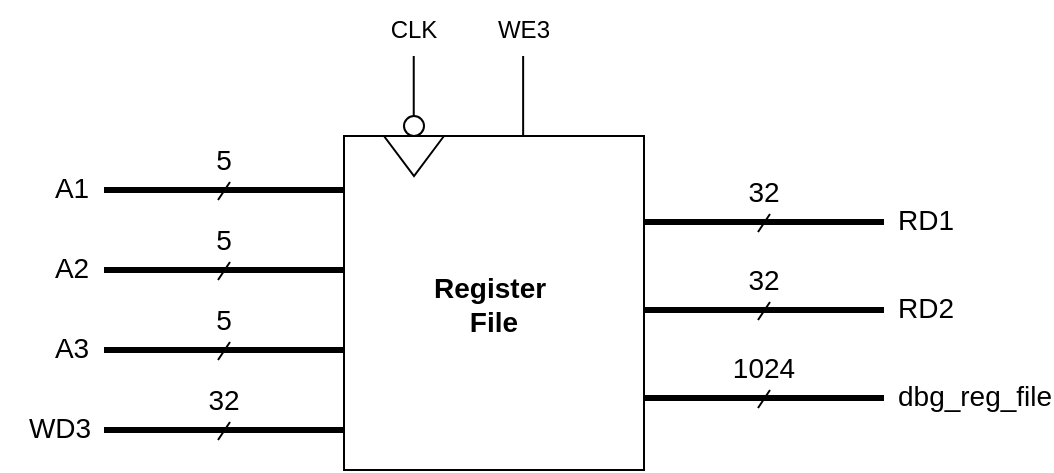
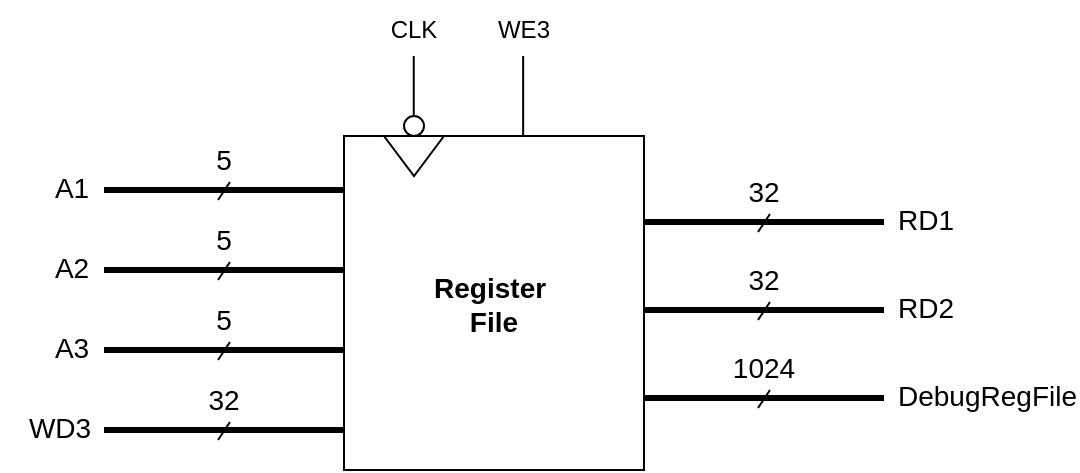
<mxfile host="app.diagrams.net">
  <diagram name="Page-1" id="UO8LXkuV4XWF25kFj1ko">
-     <mxGraphModel dx="730" dy="446" grid="1" gridSize="10" guides="1" tooltips="1" connect="1" arrows="1" fold="1" page="1" pageScale="1" pageWidth="850" pageHeight="1100" math="0" shadow="0">
+     <mxGraphModel dx="766" dy="468" grid="1" gridSize="10" guides="1" tooltips="1" connect="1" arrows="1" fold="1" page="1" pageScale="1" pageWidth="850" pageHeight="1100" math="0" shadow="0">
      <root>
        <mxCell id="0" />
        <mxCell id="1" parent="0" />
        <mxCell id="2t_OFPMxsxgNW8r2GzLE-56" edge="1" parent="1" style="endArrow=none;html=1;rounded=0;strokeWidth=1;" value="">
          <mxGeometry height="50" relative="1" width="50" as="geometry">
            <mxPoint x="504.87" y="253" as="sourcePoint" />
            <mxPoint x="504.87" y="213" as="targetPoint" />
          </mxGeometry>
        </mxCell>
        <mxCell id="2t_OFPMxsxgNW8r2GzLE-2" parent="1" style="rounded=0;whiteSpace=wrap;html=1;" value="&lt;font style=&quot;font-size: 14px;&quot;&gt;&lt;b style=&quot;&quot;&gt;Register&amp;nbsp;&lt;/b&gt;&lt;/font&gt;&lt;div&gt;&lt;font style=&quot;font-size: 14px;&quot;&gt;&lt;b style=&quot;&quot;&gt;File&lt;/b&gt;&lt;/font&gt;&lt;/div&gt;" vertex="1">
          <mxGeometry height="167" width="150" x="470" y="253" as="geometry" />
        </mxCell>
        <mxCell id="2t_OFPMxsxgNW8r2GzLE-3" parent="1" style="triangle;whiteSpace=wrap;html=1;direction=south;" value="" vertex="1">
          <mxGeometry height="20" width="30" x="490" y="253" as="geometry" />
        </mxCell>
        <mxCell id="2t_OFPMxsxgNW8r2GzLE-4" parent="1" style="ellipse;whiteSpace=wrap;html=1;" value="" vertex="1">
          <mxGeometry height="10" width="10" x="500" y="243" as="geometry" />
        </mxCell>
        <mxCell id="2t_OFPMxsxgNW8r2GzLE-5" parent="1" style="text;html=1;whiteSpace=wrap;strokeColor=none;fillColor=none;align=center;verticalAlign=middle;rounded=0;" value="CLK" vertex="1">
          <mxGeometry height="30" width="30" x="490" y="185" as="geometry" />
        </mxCell>
        <mxCell id="2t_OFPMxsxgNW8r2GzLE-14" parent="1" style="text;html=1;whiteSpace=wrap;strokeColor=none;fillColor=none;align=center;verticalAlign=middle;rounded=0;" value="WE3" vertex="1">
          <mxGeometry height="30" width="30" x="545" y="185" as="geometry" />
        </mxCell>
        <mxCell id="2t_OFPMxsxgNW8r2GzLE-17" connectable="0" parent="1" style="group" value="" vertex="1">
          <mxGeometry height="44" width="140" x="300" y="250" as="geometry" />
        </mxCell>
        <mxCell id="2t_OFPMxsxgNW8r2GzLE-18" edge="1" parent="2t_OFPMxsxgNW8r2GzLE-17" style="endArrow=none;html=1;rounded=0;strokeWidth=3;" value="">
          <mxGeometry height="50" relative="1" width="50" as="geometry">
            <mxPoint x="50" y="30" as="sourcePoint" />
            <mxPoint x="170" y="30" as="targetPoint" />
          </mxGeometry>
        </mxCell>
        <mxCell id="2t_OFPMxsxgNW8r2GzLE-19" parent="2t_OFPMxsxgNW8r2GzLE-17" style="text;html=1;whiteSpace=wrap;strokeColor=none;fillColor=none;align=center;verticalAlign=middle;rounded=0;fontSize=14;" value="&lt;font&gt;A1&lt;/font&gt;" vertex="1">
          <mxGeometry height="30" width="60" x="4" y="14" as="geometry" />
        </mxCell>
        <mxCell id="2t_OFPMxsxgNW8r2GzLE-20" parent="2t_OFPMxsxgNW8r2GzLE-17" style="text;html=1;whiteSpace=wrap;strokeColor=none;fillColor=none;align=center;verticalAlign=middle;rounded=0;" value="&lt;font style=&quot;font-size: 14px;&quot;&gt;5&lt;/font&gt;" vertex="1">
          <mxGeometry height="30" width="60" x="80" as="geometry" />
        </mxCell>
        <mxCell id="2t_OFPMxsxgNW8r2GzLE-21" edge="1" parent="2t_OFPMxsxgNW8r2GzLE-17" style="endArrow=none;html=1;rounded=0;strokeWidth=1;" value="">
          <mxGeometry height="50" relative="1" width="50" as="geometry">
            <mxPoint x="107" y="35" as="sourcePoint" />
            <mxPoint x="113" y="26" as="targetPoint" />
          </mxGeometry>
        </mxCell>
        <mxCell id="2t_OFPMxsxgNW8r2GzLE-22" connectable="0" parent="1" style="group" value="" vertex="1">
          <mxGeometry height="44" width="140" x="300" y="280" as="geometry" />
        </mxCell>
        <mxCell id="2t_OFPMxsxgNW8r2GzLE-23" edge="1" parent="2t_OFPMxsxgNW8r2GzLE-22" style="endArrow=none;html=1;rounded=0;strokeWidth=3;" value="">
          <mxGeometry height="50" relative="1" width="50" as="geometry">
            <mxPoint x="50" y="40" as="sourcePoint" />
            <mxPoint x="170" y="40" as="targetPoint" />
          </mxGeometry>
        </mxCell>
        <mxCell id="2t_OFPMxsxgNW8r2GzLE-24" parent="2t_OFPMxsxgNW8r2GzLE-22" style="text;html=1;whiteSpace=wrap;strokeColor=none;fillColor=none;align=center;verticalAlign=middle;rounded=0;fontSize=14;" value="&lt;font&gt;A2&lt;/font&gt;" vertex="1">
          <mxGeometry height="30" width="60" x="4" y="24" as="geometry" />
        </mxCell>
        <mxCell id="2t_OFPMxsxgNW8r2GzLE-25" parent="2t_OFPMxsxgNW8r2GzLE-22" style="text;html=1;whiteSpace=wrap;strokeColor=none;fillColor=none;align=center;verticalAlign=middle;rounded=0;" value="&lt;font style=&quot;font-size: 14px;&quot;&gt;5&lt;/font&gt;" vertex="1">
          <mxGeometry height="30" width="60" x="80" y="10" as="geometry" />
        </mxCell>
        <mxCell id="2t_OFPMxsxgNW8r2GzLE-26" edge="1" parent="2t_OFPMxsxgNW8r2GzLE-22" style="endArrow=none;html=1;rounded=0;strokeWidth=1;" value="">
          <mxGeometry height="50" relative="1" width="50" as="geometry">
            <mxPoint x="107" y="45" as="sourcePoint" />
            <mxPoint x="113" y="36" as="targetPoint" />
          </mxGeometry>
        </mxCell>
        <mxCell id="2t_OFPMxsxgNW8r2GzLE-27" connectable="0" parent="1" style="group" value="" vertex="1">
          <mxGeometry height="44" width="140" x="300" y="330" as="geometry" />
        </mxCell>
        <mxCell id="2t_OFPMxsxgNW8r2GzLE-28" edge="1" parent="2t_OFPMxsxgNW8r2GzLE-27" style="endArrow=none;html=1;rounded=0;strokeWidth=3;" value="">
          <mxGeometry height="50" relative="1" width="50" as="geometry">
            <mxPoint x="50" y="30" as="sourcePoint" />
            <mxPoint x="170" y="30" as="targetPoint" />
          </mxGeometry>
        </mxCell>
        <mxCell id="2t_OFPMxsxgNW8r2GzLE-29" parent="2t_OFPMxsxgNW8r2GzLE-27" style="text;html=1;whiteSpace=wrap;strokeColor=none;fillColor=none;align=center;verticalAlign=middle;rounded=0;fontSize=14;" value="&lt;font&gt;A3&lt;/font&gt;" vertex="1">
          <mxGeometry height="30" width="60" x="4" y="14" as="geometry" />
        </mxCell>
        <mxCell id="2t_OFPMxsxgNW8r2GzLE-30" parent="2t_OFPMxsxgNW8r2GzLE-27" style="text;html=1;whiteSpace=wrap;strokeColor=none;fillColor=none;align=center;verticalAlign=middle;rounded=0;" value="&lt;font style=&quot;font-size: 14px;&quot;&gt;5&lt;/font&gt;" vertex="1">
          <mxGeometry height="30" width="60" x="80" as="geometry" />
        </mxCell>
        <mxCell id="2t_OFPMxsxgNW8r2GzLE-31" edge="1" parent="2t_OFPMxsxgNW8r2GzLE-27" style="endArrow=none;html=1;rounded=0;strokeWidth=1;" value="">
          <mxGeometry height="50" relative="1" width="50" as="geometry">
            <mxPoint x="107" y="35" as="sourcePoint" />
            <mxPoint x="113" y="26" as="targetPoint" />
          </mxGeometry>
        </mxCell>
        <mxCell id="2t_OFPMxsxgNW8r2GzLE-38" connectable="0" parent="1" style="group" value="" vertex="1">
          <mxGeometry height="44" width="140" x="300" y="370" as="geometry" />
        </mxCell>
        <mxCell id="2t_OFPMxsxgNW8r2GzLE-39" edge="1" parent="2t_OFPMxsxgNW8r2GzLE-38" style="endArrow=none;html=1;rounded=0;strokeWidth=3;" value="">
          <mxGeometry height="50" relative="1" width="50" as="geometry">
            <mxPoint x="50" y="30" as="sourcePoint" />
            <mxPoint x="170" y="30" as="targetPoint" />
          </mxGeometry>
        </mxCell>
        <mxCell id="2t_OFPMxsxgNW8r2GzLE-40" parent="2t_OFPMxsxgNW8r2GzLE-38" style="text;html=1;whiteSpace=wrap;strokeColor=none;fillColor=none;align=center;verticalAlign=middle;rounded=0;fontSize=14;" value="&lt;font&gt;WD3&lt;/font&gt;" vertex="1">
          <mxGeometry height="30" width="60" x="-2" y="14" as="geometry" />
        </mxCell>
        <mxCell id="2t_OFPMxsxgNW8r2GzLE-41" parent="2t_OFPMxsxgNW8r2GzLE-38" style="text;html=1;whiteSpace=wrap;strokeColor=none;fillColor=none;align=center;verticalAlign=middle;rounded=0;" value="&lt;font style=&quot;font-size: 14px;&quot;&gt;32&lt;/font&gt;" vertex="1">
          <mxGeometry height="30" width="60" x="80" as="geometry" />
        </mxCell>
        <mxCell id="2t_OFPMxsxgNW8r2GzLE-42" edge="1" parent="2t_OFPMxsxgNW8r2GzLE-38" style="endArrow=none;html=1;rounded=0;strokeWidth=1;" value="">
          <mxGeometry height="50" relative="1" width="50" as="geometry">
            <mxPoint x="107" y="35" as="sourcePoint" />
            <mxPoint x="113" y="26" as="targetPoint" />
          </mxGeometry>
        </mxCell>
        <mxCell id="2t_OFPMxsxgNW8r2GzLE-43" parent="1" style="text;html=1;whiteSpace=wrap;strokeColor=none;fillColor=none;align=left;verticalAlign=middle;rounded=0;fontSize=14;" value="&lt;font&gt;RD1&lt;/font&gt;" vertex="1">
          <mxGeometry height="30" width="60" x="745" y="280" as="geometry" />
        </mxCell>
        <mxCell id="2t_OFPMxsxgNW8r2GzLE-44" edge="1" parent="1" style="endArrow=none;html=1;rounded=0;strokeWidth=3;" value="">
          <mxGeometry height="50" relative="1" width="50" as="geometry">
            <mxPoint x="620" y="296" as="sourcePoint" />
            <mxPoint x="740" y="296" as="targetPoint" />
          </mxGeometry>
        </mxCell>
        <mxCell id="2t_OFPMxsxgNW8r2GzLE-45" parent="1" style="text;html=1;whiteSpace=wrap;strokeColor=none;fillColor=none;align=center;verticalAlign=middle;rounded=0;" value="&lt;font style=&quot;font-size: 14px;&quot;&gt;32&lt;/font&gt;" vertex="1">
          <mxGeometry height="30" width="60" x="650" y="266" as="geometry" />
        </mxCell>
        <mxCell id="2t_OFPMxsxgNW8r2GzLE-46" edge="1" parent="1" style="endArrow=none;html=1;rounded=0;strokeWidth=1;" value="">
          <mxGeometry height="50" relative="1" width="50" as="geometry">
            <mxPoint x="677" y="301" as="sourcePoint" />
            <mxPoint x="683" y="292" as="targetPoint" />
          </mxGeometry>
        </mxCell>
        <mxCell id="2t_OFPMxsxgNW8r2GzLE-47" parent="1" style="text;html=1;whiteSpace=wrap;strokeColor=none;fillColor=none;align=left;verticalAlign=middle;rounded=0;fontSize=14;" value="&lt;font&gt;RD2&lt;/font&gt;" vertex="1">
          <mxGeometry height="30" width="60" x="745" y="324" as="geometry" />
        </mxCell>
        <mxCell id="2t_OFPMxsxgNW8r2GzLE-48" edge="1" parent="1" style="endArrow=none;html=1;rounded=0;strokeWidth=3;" value="">
          <mxGeometry height="50" relative="1" width="50" as="geometry">
            <mxPoint x="620" y="340" as="sourcePoint" />
            <mxPoint x="740" y="340" as="targetPoint" />
          </mxGeometry>
        </mxCell>
        <mxCell id="2t_OFPMxsxgNW8r2GzLE-49" parent="1" style="text;html=1;whiteSpace=wrap;strokeColor=none;fillColor=none;align=center;verticalAlign=middle;rounded=0;" value="&lt;font style=&quot;font-size: 14px;&quot;&gt;32&lt;/font&gt;" vertex="1">
          <mxGeometry height="30" width="60" x="650" y="310" as="geometry" />
        </mxCell>
        <mxCell id="2t_OFPMxsxgNW8r2GzLE-50" edge="1" parent="1" style="endArrow=none;html=1;rounded=0;strokeWidth=1;" value="">
          <mxGeometry height="50" relative="1" width="50" as="geometry">
            <mxPoint x="677" y="345" as="sourcePoint" />
            <mxPoint x="683" y="336" as="targetPoint" />
          </mxGeometry>
        </mxCell>
-         <mxCell id="2t_OFPMxsxgNW8r2GzLE-51" parent="1" style="text;html=1;whiteSpace=wrap;strokeColor=none;fillColor=none;align=left;verticalAlign=middle;rounded=0;fontSize=14;" value="&lt;font&gt;dbg_reg_file&lt;/font&gt;" vertex="1">
+         <mxCell id="2t_OFPMxsxgNW8r2GzLE-51" parent="1" style="text;html=1;whiteSpace=wrap;strokeColor=none;fillColor=none;align=left;verticalAlign=middle;rounded=0;fontSize=14;" value="&lt;font&gt;DebugRegFile&lt;/font&gt;" vertex="1">
          <mxGeometry height="30" width="60" x="745" y="368" as="geometry" />
        </mxCell>
        <mxCell id="2t_OFPMxsxgNW8r2GzLE-52" edge="1" parent="1" style="endArrow=none;html=1;rounded=0;strokeWidth=3;" value="">
          <mxGeometry height="50" relative="1" width="50" as="geometry">
            <mxPoint x="620" y="384" as="sourcePoint" />
            <mxPoint x="740" y="384" as="targetPoint" />
          </mxGeometry>
        </mxCell>
        <mxCell id="2t_OFPMxsxgNW8r2GzLE-53" parent="1" style="text;html=1;whiteSpace=wrap;strokeColor=none;fillColor=none;align=center;verticalAlign=middle;rounded=0;" value="&lt;font style=&quot;font-size: 14px;&quot;&gt;1024&lt;/font&gt;" vertex="1">
          <mxGeometry height="30" width="60" x="650" y="354" as="geometry" />
        </mxCell>
        <mxCell id="2t_OFPMxsxgNW8r2GzLE-54" edge="1" parent="1" style="endArrow=none;html=1;rounded=0;strokeWidth=1;" value="">
          <mxGeometry height="50" relative="1" width="50" as="geometry">
            <mxPoint x="677" y="389" as="sourcePoint" />
            <mxPoint x="683" y="380" as="targetPoint" />
          </mxGeometry>
        </mxCell>
        <mxCell id="2t_OFPMxsxgNW8r2GzLE-55" edge="1" parent="1" style="endArrow=none;html=1;rounded=0;strokeWidth=1;" value="">
          <mxGeometry height="50" relative="1" width="50" as="geometry">
            <mxPoint x="559.5699999999999" y="253" as="sourcePoint" />
            <mxPoint x="559.5699999999999" y="213" as="targetPoint" />
          </mxGeometry>
        </mxCell>
      </root>
    </mxGraphModel>
  </diagram>
</mxfile>
